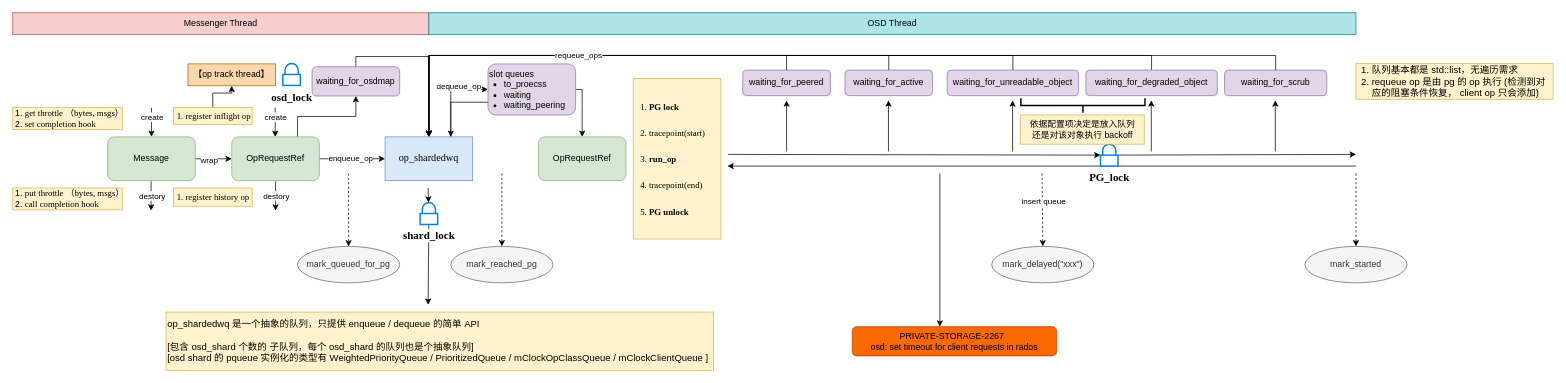
Earlier version of the draw.io diagram OSDRequest.drawio (1253757553/drawIO). Source tidied: cells renumbered, new cells numbered last; positions are measured from the earlier drawing's top-left corner, leaving out a move shared by most shapes. Both pictures are drawn from the tidied source at 73%, with x=0, y=0 at pixel (12, 12).
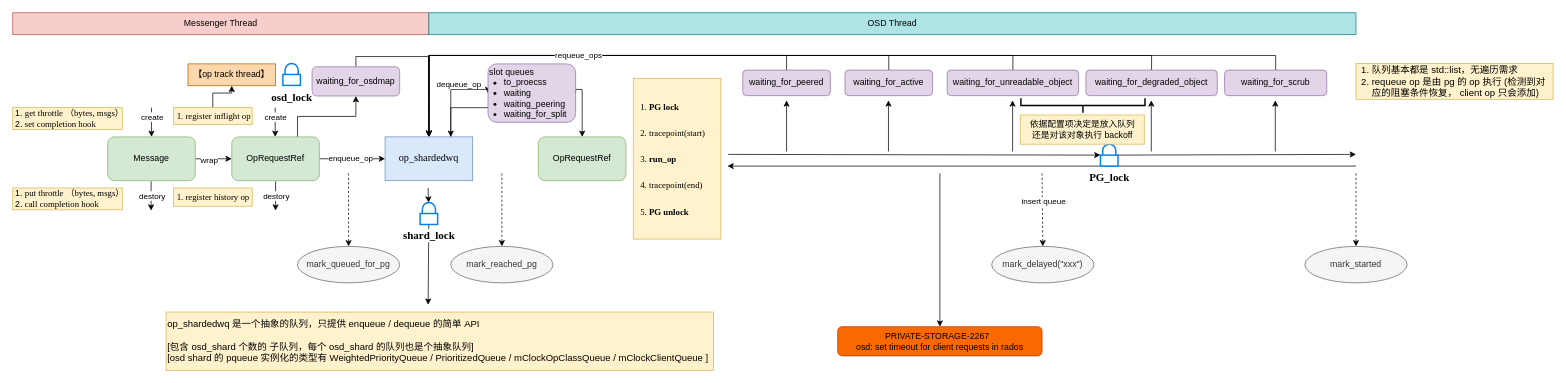
Above is the later version.

Unchanged cells that the change refers to:
```xml
<mxCell id="2" style="group;" parent="1" vertex="1">
  <mxGeometry width="2110" height="490" as="geometry" />
</mxCell>
```

The edit, as a diff of the source:
```diff
@@
-    <mxCell id="60" style="endArrow=classic;html=1;rounded=0;" parent="2" edge="1">
+    <mxCell id="60" style="endArrow=classic;html=1;rounded=0;entryX=0.5;entryY=0;entryDx=0;entryDy=0;" parent="2" edge="1" target="61">
       <mxGeometry relative="1" as="geometry">
         <mxPoint x="1270" y="220" as="sourcePoint" />
-        <mxPoint x="1270" y="430" as="targetPoint" />
       </mxGeometry>
     </mxCell>
     <mxCell id="61" value="&lt;div style=&quot;&quot;&gt;PRIVATE-STORAGE-2267&amp;nbsp;&amp;nbsp;&lt;/div&gt;&lt;div style=&quot;&quot;&gt;osd: set timeout for client requests in rados&lt;/div&gt;" style="rounded=1;whiteSpace=wrap;html=1;align=center;fillColor=#fa6800;fontColor=#000000;strokeColor=#C73500;" parent="2" vertex="1">
-      <mxGeometry x="1150" y="430" width="280" height="40" as="geometry" />
+      <mxGeometry x="1130" y="430" width="280" height="40" as="geometry" />
     </mxCell>
@@
-    <mxCell id="74" value="slot queues&lt;div&gt;&lt;ul style=&quot;padding-left: 20px; margin-top: 0px; margin-bottom: 0px;&quot;&gt;&lt;li&gt;to_proecss&lt;/li&gt;&lt;li&gt;waiting&lt;/li&gt;&lt;li&gt;waiting_peering&lt;/li&gt;&lt;/ul&gt;&lt;/div&gt;" style="rounded=1;whiteSpace=wrap;html=1;fillColor=#e1d5e7;strokeColor=#9673a6;align=left;" parent="2" vertex="1">
-      <mxGeometry x="651" y="70" width="120" height="70" as="geometry" />
+    <mxCell id="74" value="slot queues&lt;div&gt;&lt;ul style=&quot;padding-left: 20px; margin-top: 0px; margin-bottom: 0px;&quot;&gt;&lt;li&gt;to_proecss&lt;/li&gt;&lt;li&gt;waiting&lt;/li&gt;&lt;li&gt;waiting_peering&lt;/li&gt;&lt;li&gt;waiting_for_split&lt;/li&gt;&lt;/ul&gt;&lt;/div&gt;" style="rounded=1;whiteSpace=wrap;html=1;fillColor=#e1d5e7;strokeColor=#9673a6;align=left;" parent="2" vertex="1">
+      <mxGeometry x="651" y="70" width="120" height="80" as="geometry" />
     </mxCell>
```
